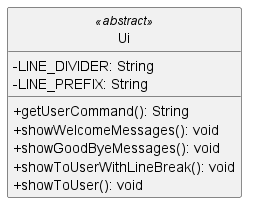
Earlier version of the PlantUML export docs/images/UiClassDiagram.png (nus-cs2113-AY2223S2/tp).
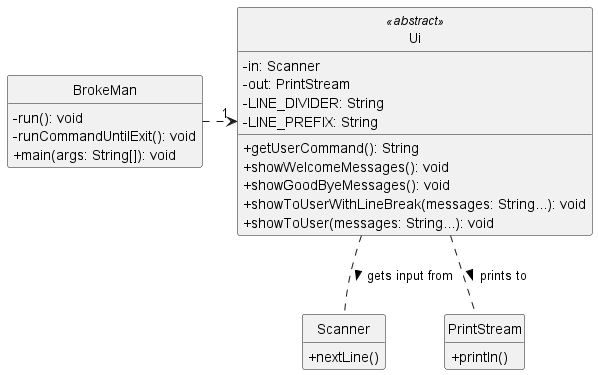
Above is the later version.

What changed in the source:
```diff
@@ -1,16 +1,37 @@
 @startuml
 skinparam classAttributeIconSize 0
 hide circle
+hide empty members
+
+class BrokeMan {
+    -run(): void
+    -runCommandUntilExit(): void
+    +main(args: String[]): void
+}
 
 class Ui <<abstract>> {
+    -in: Scanner
+    -out: PrintStream
     -LINE_DIVIDER: String
     -LINE_PREFIX: String
 
     +getUserCommand(): String
     +showWelcomeMessages(): void
     +showGoodByeMessages(): void
-    +showToUserWithLineBreak(): void
-    +showToUser(): void
+    +showToUserWithLineBreak(messages: String...): void
+    +showToUser(messages: String...): void
 }
 
+class Scanner {
+    +nextLine()
+}
+
+class PrintStream {
+    +println()
+}
+
+BrokeMan .> "1" Ui
+Ui .. Scanner : gets input from >
+Ui .. PrintStream : prints to >
+
 @enduml
```
